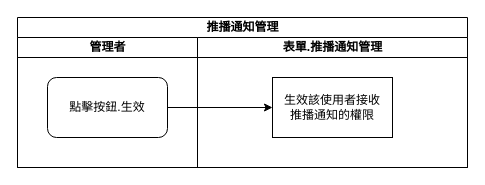
Before: page "生效推播通知" (2 of 5) of 8.10.0/UPDATE/ITEM_2/RTE/diagram/推播通知管理.drawio in ArcareRD/sadocs, a draw.io diagram. Source tidied: cells renumbered, new cells numbered last; positions are measured from the earlier drawing's top-left corner, leaving out a move shared by most shapes. Both pictures are drawn from the tidied source at 100%, with x=0, y=0 at pixel (17, 17).
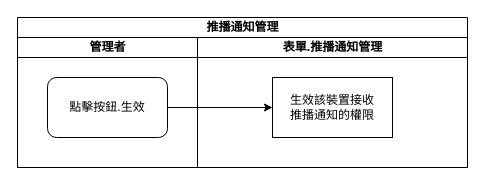
The same page after the edit.

The edit, as a diff of the source:
```diff
@@
 <mxGraphModel>
   <root>
     <mxCell id="0" />
     <mxCell id="1" parent="0" />
     <mxCell id="2" value="推播通知管理" style="swimlane;html=1;startSize=20;direction=east;" parent="1" vertex="1">
       <mxGeometry width="450" height="150" as="geometry" />
     </mxCell>
     <mxCell id="3" value="管理者" style="swimlane;html=1;startSize=20;" parent="2" vertex="1">
       <mxGeometry y="20" width="180" height="130" as="geometry" />
     </mxCell>
     <mxCell id="4" value="點擊按鈕.生效" style="rounded=1;whiteSpace=wrap;html=1;fontSize=12;" parent="3" vertex="1">
       <mxGeometry x="30" y="40" width="120" height="60" as="geometry" />
     </mxCell>
     <mxCell id="5" style="edgeStyle=orthogonalEdgeStyle;rounded=0;jettySize=auto;html=1;entryX=0;entryY=0.5;entryDx=0;entryDy=0;fontSize=12;" parent="2" edge="1" source="4" target="7">
       <mxGeometry relative="1" as="geometry" />
     </mxCell>
     <mxCell id="6" value="表單.推播通知管理" style="swimlane;html=1;startSize=20;" parent="2" vertex="1">
       <mxGeometry x="180" y="20" width="270" height="130" as="geometry" />
     </mxCell>
-    <mxCell id="7" value="生效該使用者接收&lt;br&gt;推播通知的權限" style="rounded=0;whiteSpace=wrap;html=1;fontSize=12;" parent="6" vertex="1">
+    <mxCell id="7" value="生效該裝置接收&lt;br&gt;推播通知的權限" style="rounded=0;whiteSpace=wrap;html=1;fontSize=12;" parent="6" vertex="1">
       <mxGeometry x="75" y="40" width="120" height="60" as="geometry" />
     </mxCell>
   </root>
 </mxGraphModel>
```
